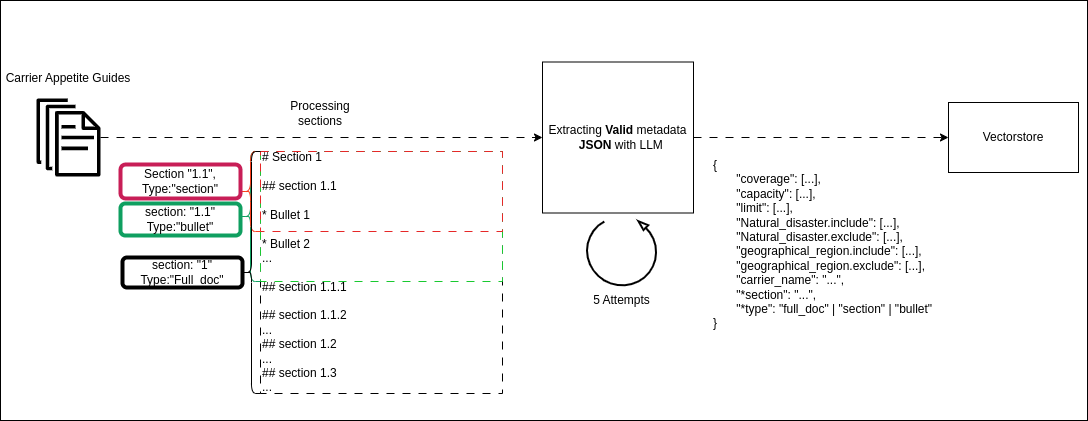
The draw.io diagram images/input_vectorstore.drawio.png in orlevit/broker-carrier-match, before a commit. Source tidied: cells renumbered, new cells last; positions are measured from the earlier drawing's top-left corner, leaving out a move shared by most shapes.
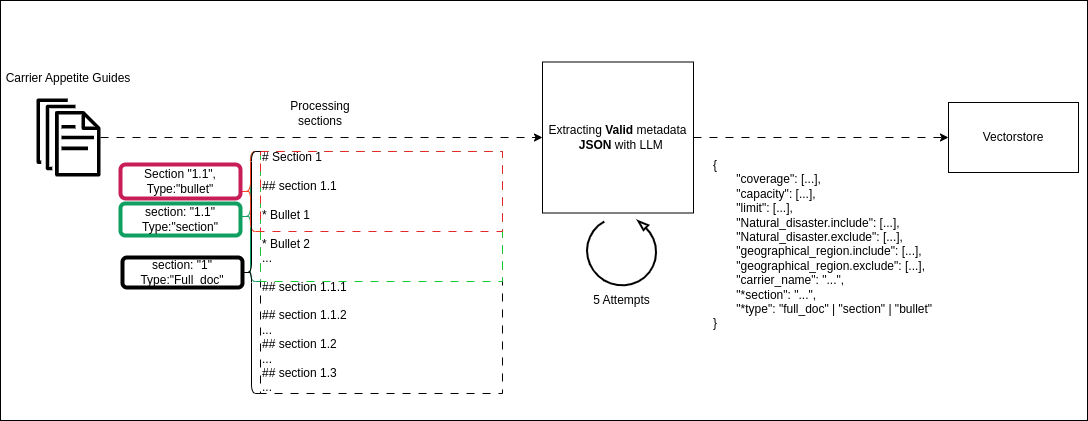
The same file after the commit.

Change to the diagram source:
```diff
@@ -35,10 +35,10 @@
     <mxCell id="12" style="shape=curlyBracket;whiteSpace=wrap;html=1;rounded=1;labelPosition=left;verticalLabelPosition=middle;align=right;verticalAlign=middle;strokeColor=light-dark(#000000,#25A16A);" parent="6" vertex="1">
       <mxGeometry x="122" width="18" height="242" as="geometry" />
     </mxCell>
-    <mxCell id="13" value="Section &quot;1.1&quot;, Type:&quot;section&quot;" style="whiteSpace=wrap;html=1;align=center;strokeColor=#C81E57;rounded=1;fillColor=default;strokeWidth=4;fillStyle=auto;" parent="6" vertex="1">
+    <mxCell id="13" value="Section &quot;1.1&quot;, Type:&quot;bullet&quot;" style="whiteSpace=wrap;html=1;align=center;strokeColor=#C81E57;rounded=1;fillColor=default;strokeWidth=4;fillStyle=auto;" parent="6" vertex="1">
       <mxGeometry y="13" width="120" height="34" as="geometry" />
     </mxCell>
-    <mxCell id="14" value="section: &quot;1.1&quot;&lt;div&gt;Type:&quot;bullet&quot;&lt;/div&gt;" style="whiteSpace=wrap;html=1;align=center;strokeColor=#0F9F60;rounded=1;fillColor=default;strokeWidth=4;fillStyle=auto;" parent="6" vertex="1">
+    <mxCell id="14" value="section: &quot;1.1&quot;&lt;div&gt;Type:&quot;section&quot;&lt;/div&gt;" style="whiteSpace=wrap;html=1;align=center;strokeColor=#0F9F60;rounded=1;fillColor=default;strokeWidth=4;fillStyle=auto;" parent="6" vertex="1">
       <mxGeometry y="52" width="120" height="32" as="geometry" />
     </mxCell>
     <mxCell id="15" value="section: &quot;1&quot;&lt;div&gt;Type:&quot;Full_doc&quot;&lt;/div&gt;" style="whiteSpace=wrap;html=1;align=center;strokeColor=#000000;rounded=1;fillColor=default;strokeWidth=4;fillStyle=auto;" parent="6" vertex="1">
```
